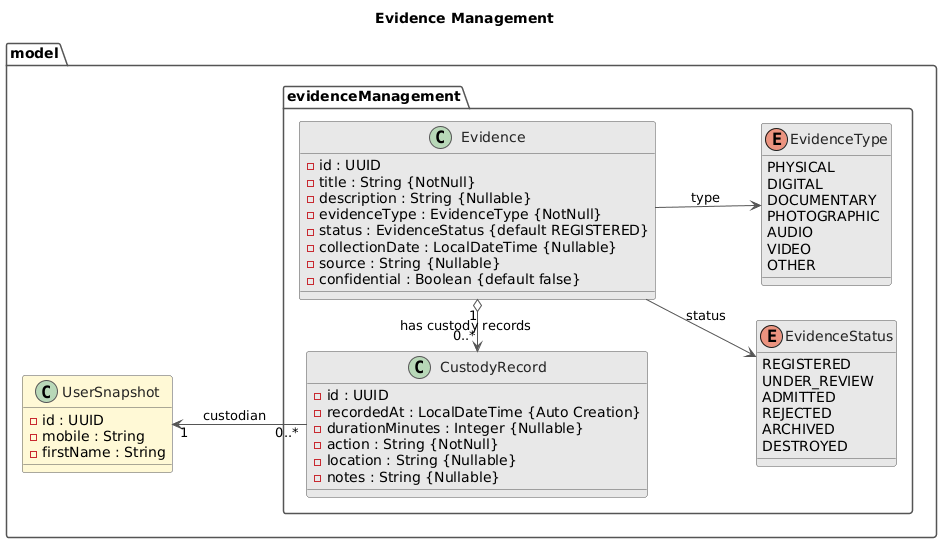
Earlier version of the PlantUML export docs/models/evidenceManagementUML.png (miw-upm/apaw). Source of this version:
```plantuml
@startuml
title Evidence Management

left to right direction

skinparam class {
    BackgroundColor #E8E8E8
    BorderColor #555555
    ArrowColor #555555
    FontColor #222222
}

skinparam enum {
    BackgroundColor #E8E8E8
    BorderColor #555555
    FontColor #222222
}

skinparam package {
    BackgroundColor transparent
    BorderColor #555555
}

skinparam stereotype {
    CBackgroundColor #B8D8B8
    CBorderColor #555555
}

package "model" {

    package "evidenceManagement" {

        class Evidence {
            - id : UUID
            - title : String {NotNull}
            - description : String {Nullable}
            - evidenceType : EvidenceType {NotNull}
            - status : EvidenceStatus {default REGISTERED}
            - collectionDate : LocalDateTime {Nullable}
            - source : String {Nullable}
            - confidential : Boolean {default false}
        }

        class CustodyRecord {
            - id : UUID
            - recordedAt : LocalDateTime {Auto Creation}
            - durationMinutes : Integer {Nullable}
            - action : String {NotNull}
            - location : String {Nullable}
            - notes : String {Nullable}
        }

        Evidence "1" o-left-> "0..*" CustodyRecord : has custody records

        enum EvidenceStatus {
            REGISTERED
            UNDER_REVIEW
            ADMITTED
            REJECTED
            ARCHIVED
            DESTROYED
        }

        enum EvidenceType {
            PHYSICAL
            DIGITAL
            DOCUMENTARY
            PHOTOGRAPHIC
            AUDIO
            VIDEO
            OTHER
        }
    }

    class UserSnapshot #FFF9D6 {
        - id : UUID
        - mobile : String
        - firstName : String
    }

    CustodyRecord "0..*" -up-> "1" UserSnapshot : custodian

    Evidence --> EvidenceStatus : status
    Evidence --> EvidenceType : type

}
@enduml
```
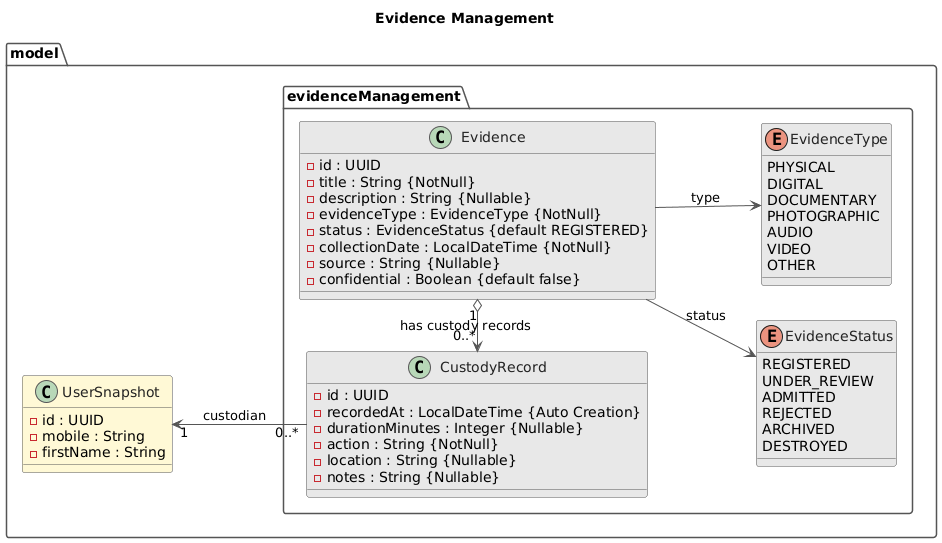
Later version of the same file.

Commit message:
Updated EvidenceManager UML model. miw-upm/apaw#329

Change to the diagram source:
```diff
@@ -36,7 +36,7 @@
             - description : String {Nullable}
             - evidenceType : EvidenceType {NotNull}
             - status : EvidenceStatus {default REGISTERED}
-            - collectionDate : LocalDateTime {Nullable}
+            - collectionDate : LocalDateTime {NotNull}
             - source : String {Nullable}
             - confidential : Boolean {default false}
         }
```
